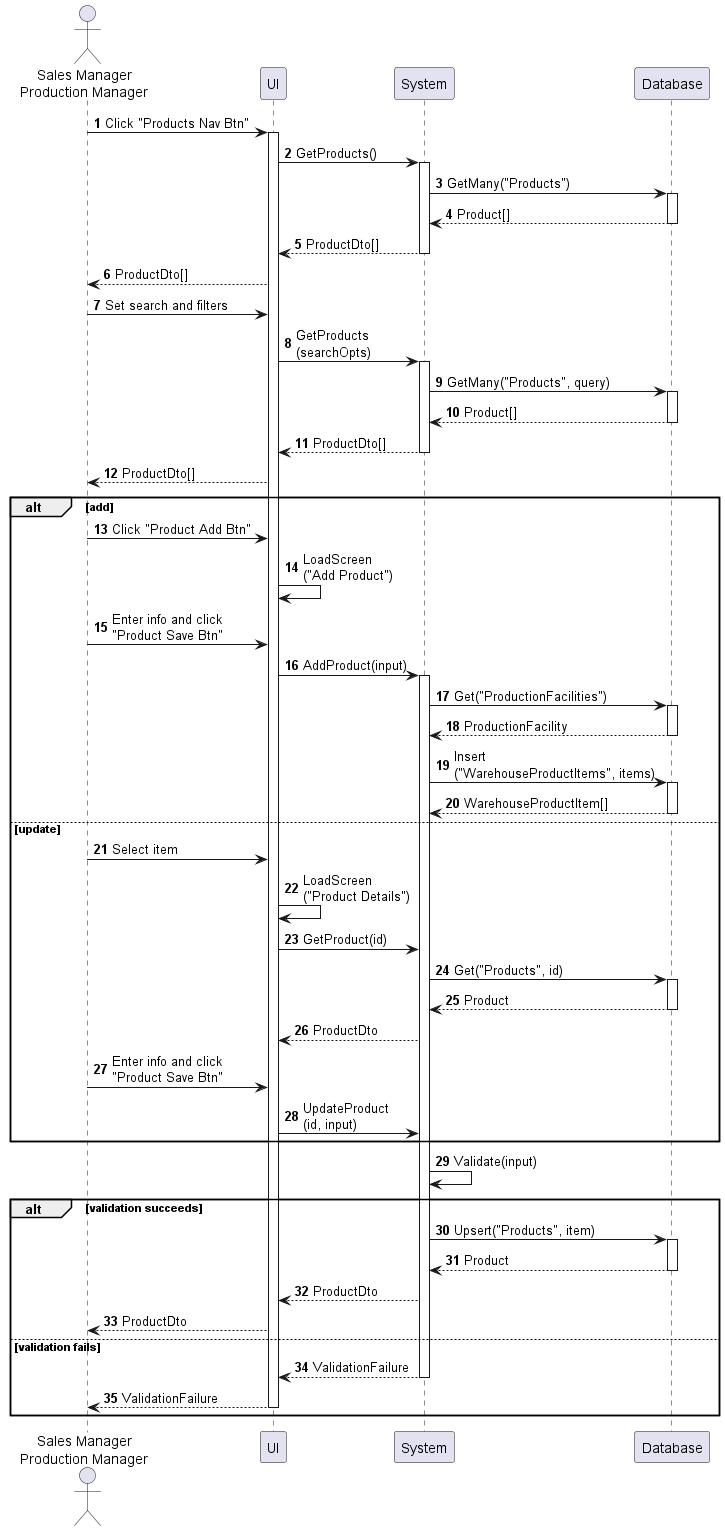
This is sequences/product-enter.png from phihungha/scmss-reqs, a PlantUML export, as it was before one commit.
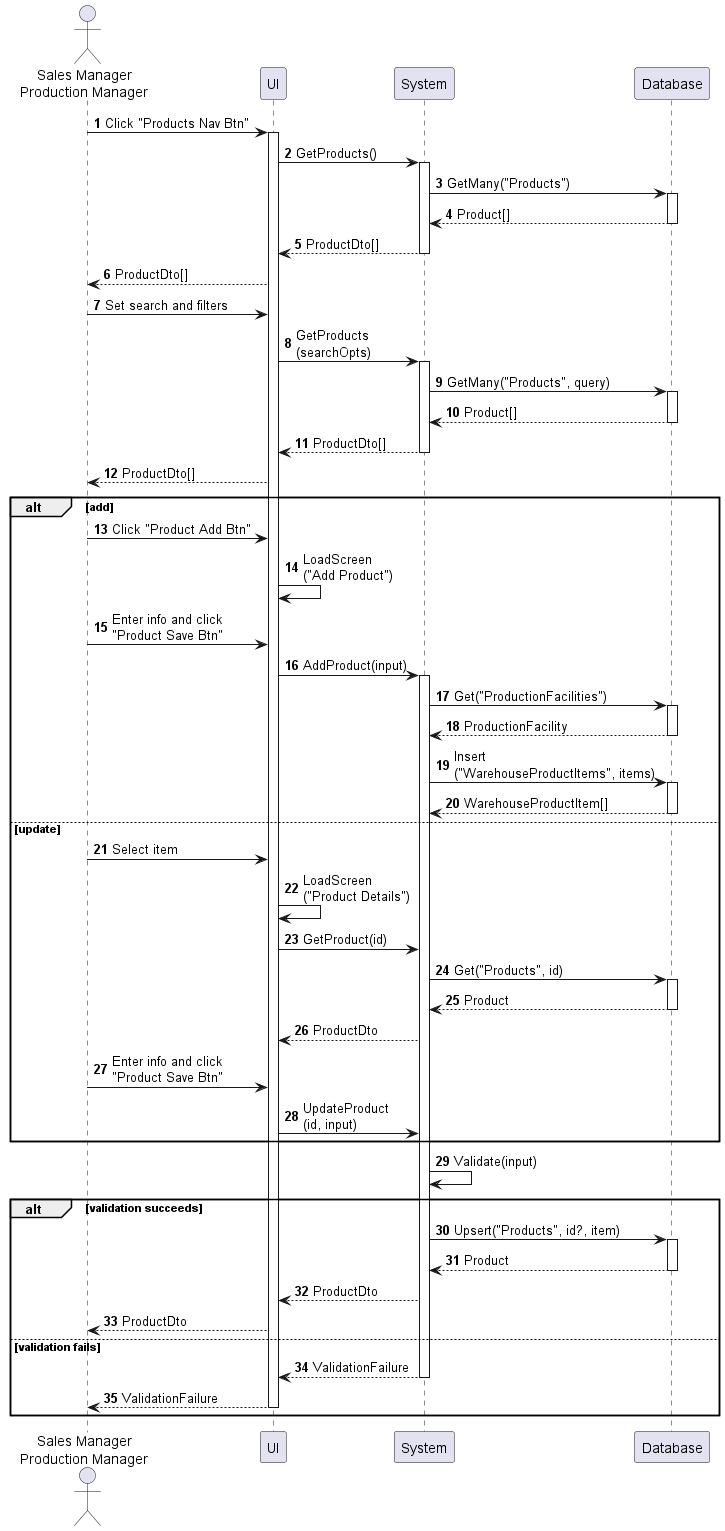
After the commit.

What changed in the source:
```diff
@@ -51,7 +51,7 @@
 b -> b : Validate(input)
 
 alt validation succeeds
-    b -> d : Upsert("Products", item)
+    b -> d : Upsert("Products", id?, item)
     activate d
     return Product
     b --> f : ProductDto
```
